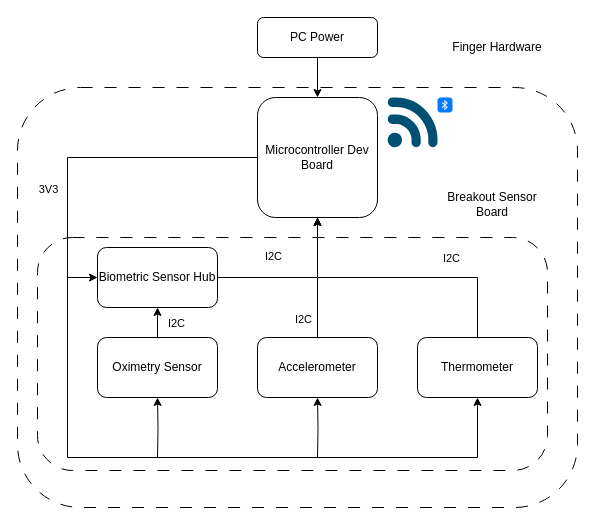
Above: SleepTracker.drawio in o-roman/SleepTracker (draw.io), before the change. Source tidied: cells renumbered, new cells numbered last; positions are measured from the earlier drawing's top-left corner, leaving out a move shared by most shapes. Both pictures are drawn from the tidied source at 100%, with x=0, y=0 at pixel (17, 17).
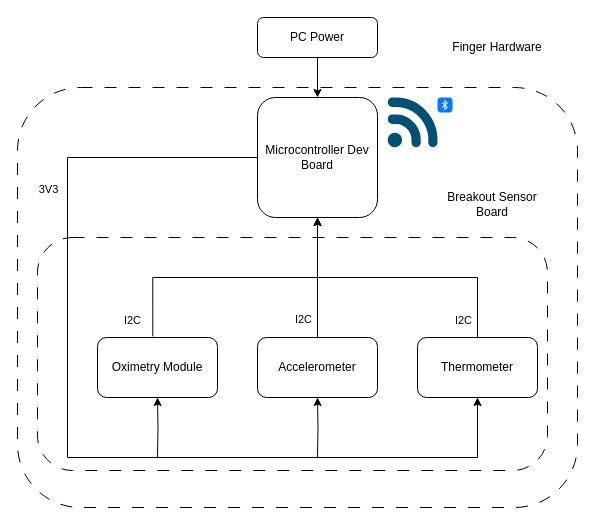
Above is the later version.

Unchanged cells that the change refers to:
```xml
<mxCell id="9" value="&lt;div&gt;Microcontroller Dev Board&lt;br&gt;&lt;/div&gt;" style="rounded=1;whiteSpace=wrap;html=1;fontColor=#000000;" parent="1" vertex="1">
  <mxGeometry x="240" y="80" width="120" height="120" as="geometry" />
</mxCell>
<mxCell id="16" style="edgeStyle=orthogonalEdgeStyle;rounded=0;jettySize=auto;html=1;fontColor=#000000;" parent="1" edge="1" source="18">
  <mxGeometry relative="1" as="geometry">
    <mxPoint x="300" y="200" as="targetPoint" />
    <Array as="points">
      <mxPoint x="460" y="260" />
      <mxPoint x="300" y="260" />
    </Array>
  </mxGeometry>
</mxCell>
```

The edit, as a diff of the source:
```diff
@@
+    <mxCell id="3" value="Breakout Sensor Board" style="rounded=1;whiteSpace=wrap;html=1;fillColor=none;dashed=1;dashPattern=12 12;spacingTop=-300;spacingRight=0;spacingLeft=400;fontColor=#000000;" parent="1" vertex="1">
+      <mxGeometry x="20" y="220" width="510" height="233" as="geometry" />
+    </mxCell>
@@
-    <mxCell id="3" value="Breakout Sensor Board" style="rounded=1;whiteSpace=wrap;html=1;fillColor=none;dashed=1;dashPattern=12 12;spacingTop=-300;spacingRight=0;spacingLeft=400;fontColor=#000000;" parent="1" vertex="1">
-      <mxGeometry x="20" y="220" width="510" height="233" as="geometry" />
-    </mxCell>
@@
-    <mxCell id="6" style="edgeStyle=orthogonalEdgeStyle;rounded=0;jettySize=auto;html=1;entryX=0.5;entryY=1;entryDx=0;entryDy=0;fontColor=#000000;" parent="1" edge="1" source="8" target="12">
-      <mxGeometry relative="1" as="geometry" />
-    </mxCell>
-    <mxCell id="7" value="I2C" style="edgeLabel;html=1;align=center;verticalAlign=middle;fontColor=#000000;" parent="6" vertex="1">
-      <mxGeometry x="-0.01" y="-1" relative="1" as="geometry">
-        <mxPoint x="19" as="offset" />
-      </mxGeometry>
-    </mxCell>
-    <mxCell id="8" value="&lt;div&gt;Oximetry Sensor&lt;/div&gt;" style="rounded=1;whiteSpace=wrap;html=1;fontColor=#000000;" parent="1" vertex="1">
+    <mxCell id="8" value="&lt;div&gt;Oximetry Module&lt;/div&gt;" style="rounded=1;whiteSpace=wrap;html=1;fontColor=#000000;" parent="1" vertex="1">
       <mxGeometry x="80" y="320" width="120" height="60" as="geometry" />
     </mxCell>
@@
-    <mxCell id="10" style="edgeStyle=orthogonalEdgeStyle;rounded=0;jettySize=auto;html=1;entryX=0.5;entryY=1;entryDx=0;entryDy=0;fontColor=#000000;" parent="1" edge="1" target="9">
+    <mxCell id="10" style="edgeStyle=orthogonalEdgeStyle;rounded=0;jettySize=auto;html=1;entryX=0.5;entryY=1;entryDx=0;entryDy=0;fontColor=#000000;exitX=0.461;exitY=-0.017;exitDx=0;exitDy=0;exitPerimeter=0;" parent="1" edge="1" source="8" target="9">
       <mxGeometry relative="1" as="geometry">
-        <mxPoint x="200" y="260" as="sourcePoint" />
         <Array as="points">
+          <mxPoint x="135" y="260" />
           <mxPoint x="300" y="260" />
         </Array>
       </mxGeometry>
     </mxCell>
     <mxCell id="11" value="&lt;div&gt;I2C&lt;/div&gt;" style="edgeLabel;html=1;align=center;verticalAlign=middle;fontColor=#000000;" parent="10" vertex="1">
       <mxGeometry x="-0.18" y="-1" relative="1" as="geometry">
-        <mxPoint x="-11" y="-23" as="offset" />
+        <mxPoint x="-78" y="41" as="offset" />
       </mxGeometry>
     </mxCell>
-    <mxCell id="12" value="Biometric Sensor Hub" style="rounded=1;whiteSpace=wrap;html=1;fontColor=#000000;" parent="1" vertex="1">
-      <mxGeometry x="80" y="230" width="120" height="60" as="geometry" />
-    </mxCell>
@@
     <mxCell id="17" value="&lt;div&gt;I2C&lt;/div&gt;" style="edgeLabel;html=1;align=center;verticalAlign=middle;fontColor=#000000;" parent="16" vertex="1">
       <mxGeometry x="-0.56" y="2" relative="1" as="geometry">
-        <mxPoint x="-25" y="-22" as="offset" />
+        <mxPoint x="-13" y="40" as="offset" />
       </mxGeometry>
     </mxCell>
@@
-    <mxCell id="21" style="edgeStyle=orthogonalEdgeStyle;rounded=0;jettySize=auto;html=1;fontColor=#000000;sourcePerimeterSpacing=0;entryX=0;entryY=0.5;entryDx=0;entryDy=0;" parent="1" edge="1" target="12">
-      <mxGeometry relative="1" as="geometry">
-        <mxPoint x="50" y="260" as="sourcePoint" />
-        <Array as="points">
-          <mxPoint x="80" y="260" />
-          <mxPoint x="80" y="260" />
-        </Array>
-      </mxGeometry>
-    </mxCell>
```
